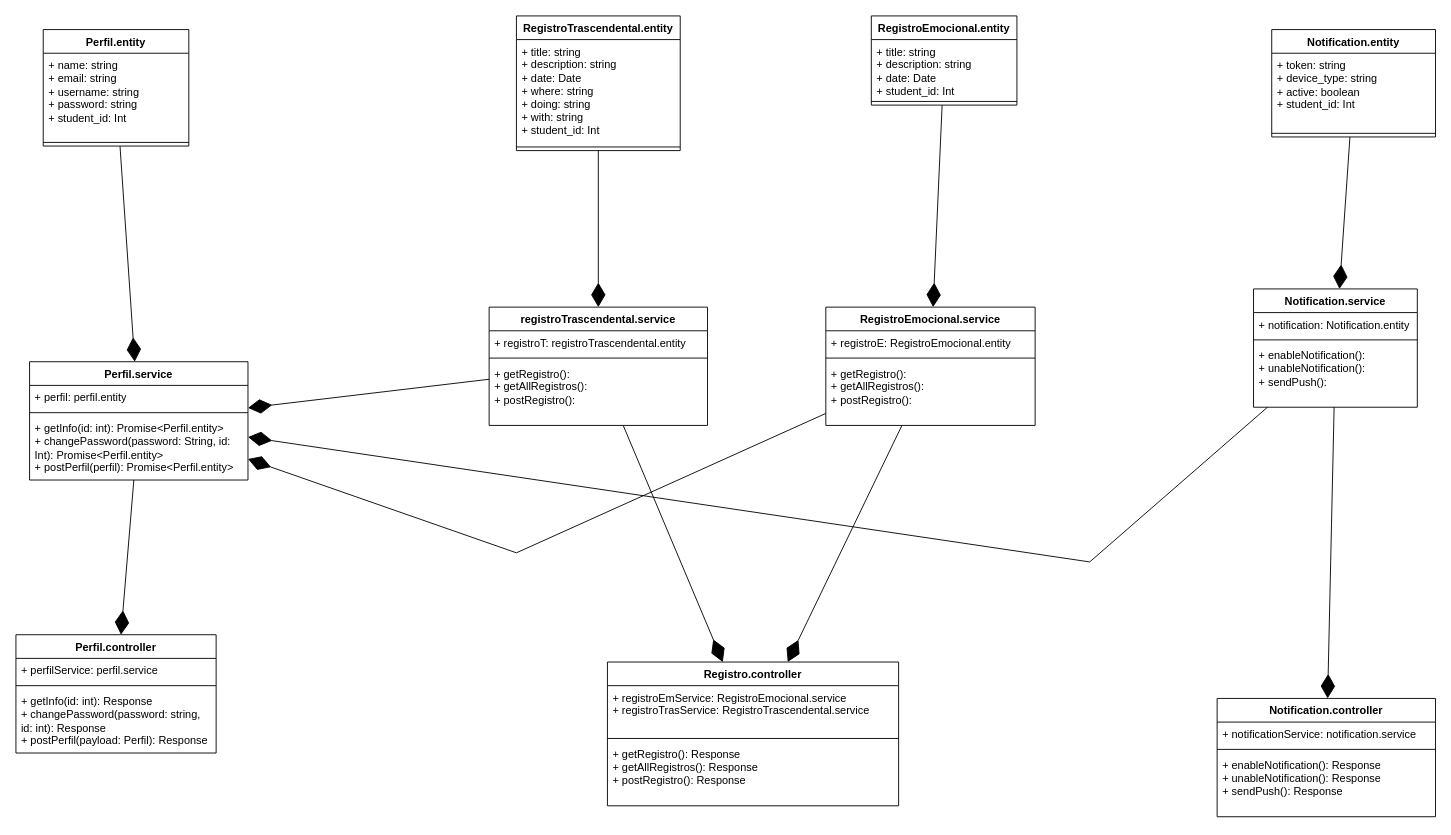
Earlier version of the draw.io diagram ClassDiagram.drawio (Our-Hive/OurHive-API-v2). Source tidied: cells renumbered, new cells numbered last; positions are measured from the earlier drawing's top-left corner, leaving out a move shared by most shapes. Both pictures are drawn from the tidied source at 91%, with x=0, y=0 at pixel (15, 15).
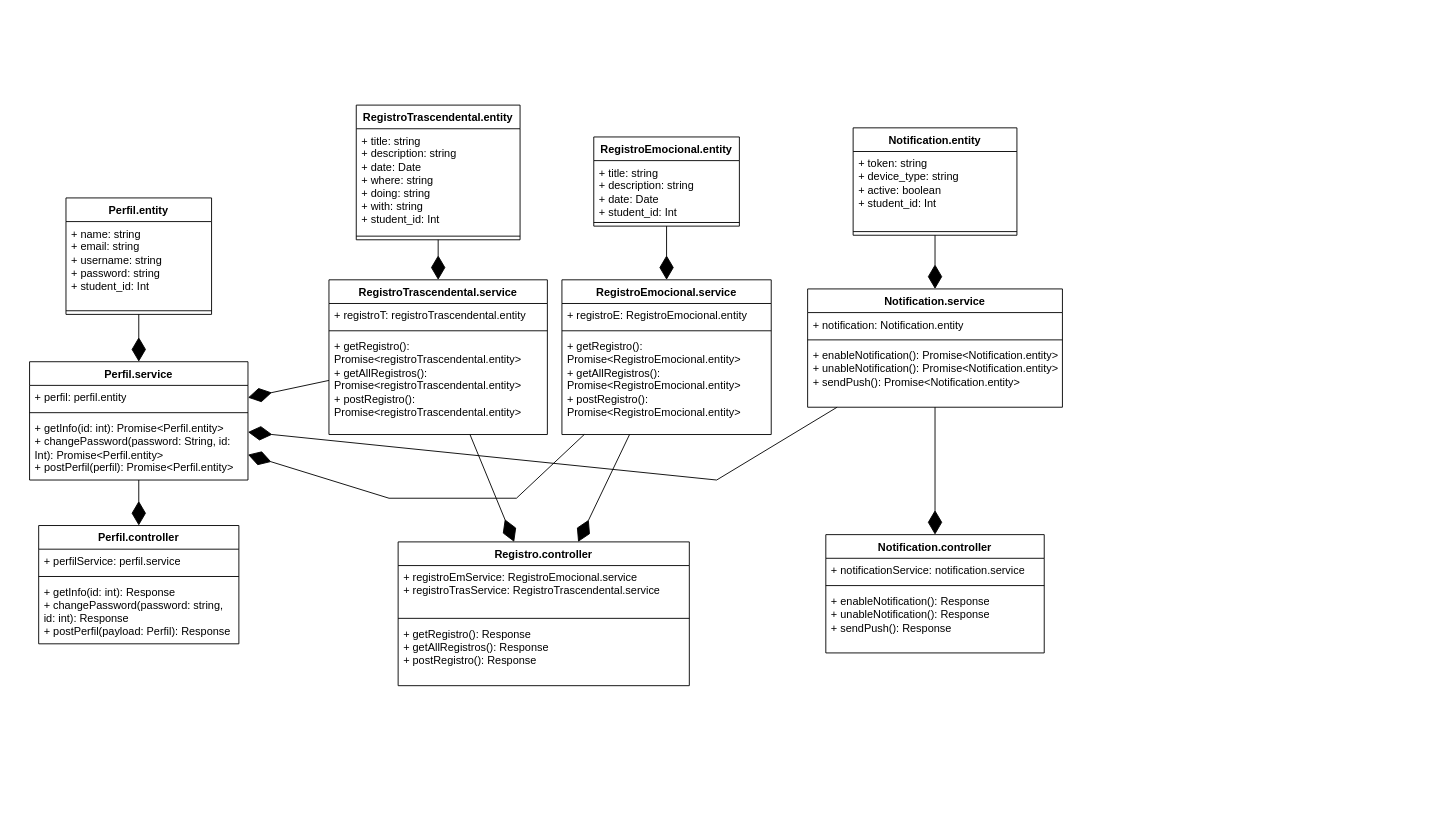
The same page after the edit.

Unchanged cells that the change refers to:
```xml
<mxCell id="6" value="Perfil.service" style="swimlane;fontStyle=1;align=center;verticalAlign=top;horizontal=1;startSize=26;whiteSpace=wrap;html=1;" parent="1" vertex="1">
  <mxGeometry x="15" y="380" width="240" height="130" as="geometry" />
</mxCell>
```

What changed in the source:
```diff
@@
     <mxCell id="2" value="Perfil.controller" style="swimlane;fontStyle=1;align=center;verticalAlign=top;horizontal=1;startSize=26;whiteSpace=wrap;html=1;" parent="1" vertex="1">
-      <mxGeometry y="680" width="220" height="130" as="geometry" />
+      <mxGeometry x="25" y="560" width="220" height="130" as="geometry" />
     </mxCell>
@@
     <mxCell id="10" value="Perfil.entity" style="swimlane;fontStyle=1;align=center;verticalAlign=top;horizontal=1;startSize=26;whiteSpace=wrap;html=1;" parent="1" vertex="1">
-      <mxGeometry x="30" y="15" width="160" height="128" as="geometry" />
+      <mxGeometry x="55" y="200" width="160" height="128" as="geometry" />
     </mxCell>
@@
     <mxCell id="13" value="RegistroEmocional.entity" style="swimlane;fontStyle=1;align=center;verticalAlign=top;horizontal=1;startSize=26;whiteSpace=wrap;html=1;" parent="1" vertex="1">
-      <mxGeometry x="940" width="160" height="98" as="geometry" />
+      <mxGeometry x="635" y="133" width="160" height="98" as="geometry" />
     </mxCell>
@@
     <mxCell id="16" value="RegistroEmocional.service" style="swimlane;fontStyle=1;align=center;verticalAlign=top;horizontal=1;startSize=26;whiteSpace=wrap;html=1;" parent="1" vertex="1">
-      <mxGeometry x="890" y="320" width="230" height="130" as="geometry" />
+      <mxGeometry x="600" y="290" width="230" height="170" as="geometry" />
     </mxCell>
@@
-    <mxCell id="19" value="+ getRegistro():&lt;br style=&quot;border-color: var(--border-color);&quot;&gt;+ getAllRegistros():&lt;br style=&quot;border-color: var(--border-color);&quot;&gt;+ postRegistro():" style="text;strokeColor=none;fillColor=none;align=left;verticalAlign=top;spacingLeft=4;spacingRight=4;overflow=hidden;whiteSpace=wrap;html=1;" parent="16" vertex="1">
-      <mxGeometry y="60" width="230" height="70" as="geometry" />
+    <mxCell id="19" value="+ getRegistro(): Promise&amp;lt;RegistroEmocional.entity&amp;gt;&lt;br style=&quot;border-color: var(--border-color);&quot;&gt;+ getAllRegistros(): Promise&amp;lt;RegistroEmocional.entity&amp;gt;&lt;br style=&quot;border-color: var(--border-color);&quot;&gt;+ postRegistro(): Promise&amp;lt;RegistroEmocional.entity&amp;gt;" style="text;strokeColor=none;fillColor=none;align=left;verticalAlign=top;spacingLeft=4;spacingRight=4;overflow=hidden;whiteSpace=wrap;html=1;" parent="16" vertex="1">
+      <mxGeometry y="60" width="230" height="110" as="geometry" />
     </mxCell>
     <mxCell id="20" value="Registro.controller" style="swimlane;fontStyle=1;align=center;verticalAlign=top;horizontal=1;startSize=26;whiteSpace=wrap;html=1;" parent="1" vertex="1">
-      <mxGeometry x="650" y="710" width="320" height="158" as="geometry" />
+      <mxGeometry x="420" y="578" width="320" height="158" as="geometry" />
     </mxCell>
@@
     <mxCell id="24" value="RegistroTrascendental.entity" style="swimlane;fontStyle=1;align=center;verticalAlign=top;horizontal=1;startSize=26;whiteSpace=wrap;html=1;" parent="1" vertex="1">
-      <mxGeometry x="550" width="180" height="148" as="geometry" />
+      <mxGeometry x="374" y="98" width="180" height="148" as="geometry" />
     </mxCell>
@@
-    <mxCell id="27" value="registroTrascendental.service" style="swimlane;fontStyle=1;align=center;verticalAlign=top;horizontal=1;startSize=26;whiteSpace=wrap;html=1;" parent="1" vertex="1">
-      <mxGeometry x="520" y="320" width="240" height="130" as="geometry" />
+    <mxCell id="27" value="RegistroTrascendental.service" style="swimlane;fontStyle=1;align=center;verticalAlign=top;horizontal=1;startSize=26;whiteSpace=wrap;html=1;" parent="1" vertex="1">
+      <mxGeometry x="344" y="290" width="240" height="170" as="geometry" />
     </mxCell>
@@
-    <mxCell id="30" value="+ getRegistro():&lt;br style=&quot;border-color: var(--border-color);&quot;&gt;+ getAllRegistros():&lt;br style=&quot;border-color: var(--border-color);&quot;&gt;+ postRegistro():" style="text;strokeColor=none;fillColor=none;align=left;verticalAlign=top;spacingLeft=4;spacingRight=4;overflow=hidden;whiteSpace=wrap;html=1;" parent="27" vertex="1">
-      <mxGeometry y="60" width="240" height="70" as="geometry" />
+    <mxCell id="30" value="+ getRegistro(): Promise&amp;lt;registroTrascendental.entity&amp;gt;&lt;br style=&quot;border-color: var(--border-color);&quot;&gt;+ getAllRegistros(): Promise&amp;lt;registroTrascendental.entity&amp;gt;&lt;br style=&quot;border-color: var(--border-color);&quot;&gt;+ postRegistro(): Promise&amp;lt;registroTrascendental.entity&amp;gt;" style="text;strokeColor=none;fillColor=none;align=left;verticalAlign=top;spacingLeft=4;spacingRight=4;overflow=hidden;whiteSpace=wrap;html=1;" parent="27" vertex="1">
+      <mxGeometry y="60" width="240" height="110" as="geometry" />
     </mxCell>
     <mxCell id="31" value="Notification.entity" style="swimlane;fontStyle=1;align=center;verticalAlign=top;horizontal=1;startSize=26;whiteSpace=wrap;html=1;" parent="1" vertex="1">
-      <mxGeometry x="1380" y="15" width="180" height="118" as="geometry" />
+      <mxGeometry x="920" y="123" width="180" height="118" as="geometry" />
     </mxCell>
@@
     <mxCell id="34" value="Notification.service" style="swimlane;fontStyle=1;align=center;verticalAlign=top;horizontal=1;startSize=26;whiteSpace=wrap;html=1;" parent="1" vertex="1">
-      <mxGeometry x="1360" y="300" width="180" height="130" as="geometry" />
+      <mxGeometry x="870" y="300" width="280" height="130" as="geometry" />
     </mxCell>
     <mxCell id="35" value="+ notification: Notification.entity" style="text;strokeColor=none;fillColor=none;align=left;verticalAlign=top;spacingLeft=4;spacingRight=4;overflow=hidden;whiteSpace=wrap;html=1;" parent="34" vertex="1">
-      <mxGeometry y="26" width="180" height="26" as="geometry" />
+      <mxGeometry y="26" width="280" height="26" as="geometry" />
     </mxCell>
     <mxCell id="36" style="line;strokeWidth=1;fillColor=none;align=left;verticalAlign=middle;spacingTop=-1;spacingLeft=3;spacingRight=3;labelPosition=right;strokeColor=inherit;" parent="34" vertex="1">
-      <mxGeometry y="52" width="180" height="8" as="geometry" />
+      <mxGeometry y="52" width="280" height="8" as="geometry" />
     </mxCell>
-    <mxCell id="37" value="+ enableNotification():&lt;br&gt;+ unableNotification():&lt;br&gt;+ sendPush():" style="text;strokeColor=none;fillColor=none;align=left;verticalAlign=top;spacingLeft=4;spacingRight=4;overflow=hidden;whiteSpace=wrap;html=1;" parent="34" vertex="1">
-      <mxGeometry y="60" width="180" height="70" as="geometry" />
+    <mxCell id="37" value="+ enableNotification(): Promise&amp;lt;Notification.entity&amp;gt;&lt;br&gt;+ unableNotification(): Promise&amp;lt;Notification.entity&amp;gt;&lt;br&gt;+ sendPush(): Promise&amp;lt;Notification.entity&amp;gt;" style="text;strokeColor=none;fillColor=none;align=left;verticalAlign=top;spacingLeft=4;spacingRight=4;overflow=hidden;whiteSpace=wrap;html=1;" parent="34" vertex="1">
+      <mxGeometry y="60" width="280" height="70" as="geometry" />
     </mxCell>
     <mxCell id="38" value="Notification.controller" style="swimlane;fontStyle=1;align=center;verticalAlign=top;horizontal=1;startSize=26;whiteSpace=wrap;html=1;" parent="1" vertex="1">
-      <mxGeometry x="1320" y="750" width="240" height="130" as="geometry" />
+      <mxGeometry x="890" y="570" width="240" height="130" as="geometry" />
     </mxCell>
@@
     <mxCell id="51" style="endArrow=diamondThin;endFill=1;endSize=24;html=1;rounded=0;" parent="1" edge="1" source="16" target="6">
       <mxGeometry relative="1" as="geometry">
         <Array as="points">
-          <mxPoint x="550" y="590" />
+          <mxPoint x="550" y="530" />
+          <mxPoint x="410" y="530" />
         </Array>
       </mxGeometry>
     </mxCell>
     <mxCell id="52" style="endArrow=diamondThin;endFill=1;endSize=24;html=1;rounded=0;" parent="1" edge="1" source="34" target="6">
       <mxGeometry relative="1" as="geometry">
         <Array as="points">
-          <mxPoint x="1180" y="600" />
+          <mxPoint x="770" y="510" />
         </Array>
       </mxGeometry>
     </mxCell>
```
